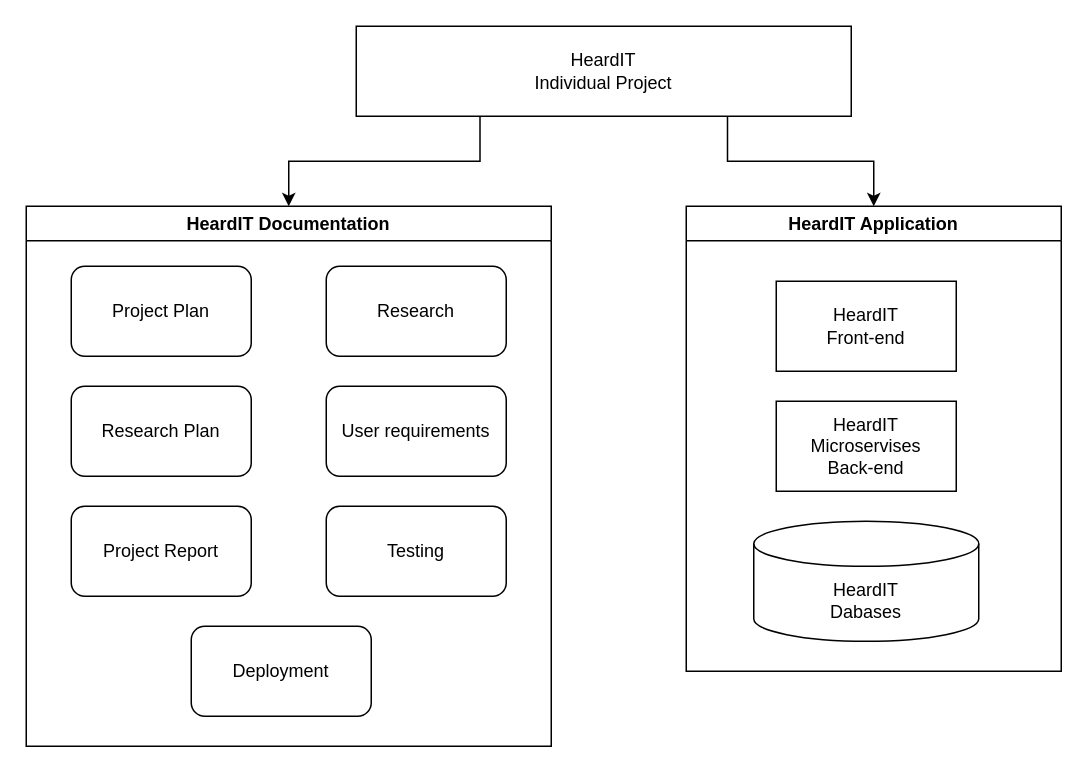
Jumorto/HeardIT keeps this draw.io diagram as Documentation/Diagrams/ProductsHeardIT(2).drawio. Above is the earlier version. Source tidied: cells renumbered, new cells numbered last; positions are measured from the earlier drawing's top-left corner, leaving out a move shared by most shapes. Both pictures are drawn from the tidied source at 150%, with x=0, y=0 at pixel (26, 26).
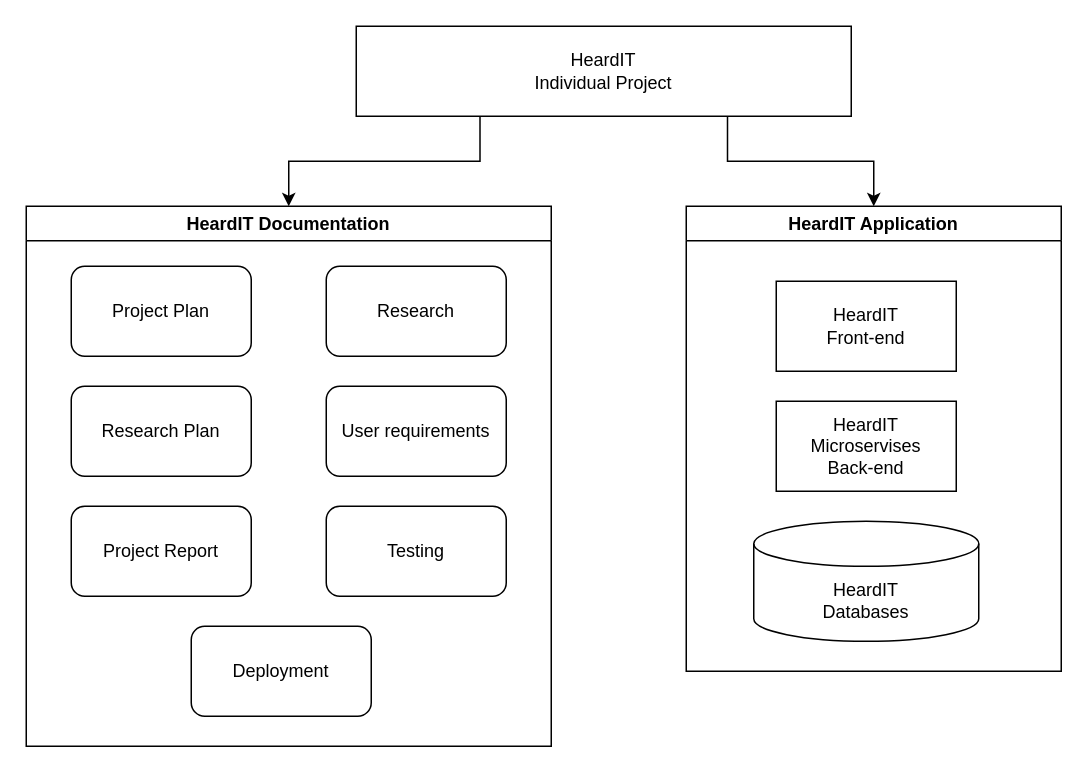
Above is the later version.

Change to the diagram source:
```diff
@@
 <mxGraphModel>
   <root>
     <mxCell id="0" />
     <mxCell id="1" parent="0" />
     <mxCell id="2" style="edgeStyle=orthogonalEdgeStyle;rounded=0;jettySize=auto;html=1;exitX=0.25;exitY=1;exitDx=0;exitDy=0;entryX=0.5;entryY=0;entryDx=0;entryDy=0;" parent="1" edge="1" source="4" target="16">
       <mxGeometry relative="1" as="geometry" />
     </mxCell>
     <mxCell id="3" style="edgeStyle=orthogonalEdgeStyle;rounded=0;jettySize=auto;html=1;exitX=0.75;exitY=1;exitDx=0;exitDy=0;entryX=0.5;entryY=0;entryDx=0;entryDy=0;" parent="1" edge="1" source="4" target="15">
       <mxGeometry relative="1" as="geometry" />
     </mxCell>
     <mxCell id="4" value="&lt;div&gt;HeardIT&lt;/div&gt;&lt;div&gt;Individual Project&lt;br&gt;&lt;/div&gt;" style="rounded=0;whiteSpace=wrap;html=1;" parent="1" vertex="1">
       <mxGeometry x="220" width="330" height="60" as="geometry" />
     </mxCell>
     <mxCell id="5" value="&lt;div&gt;Project Plan&lt;/div&gt;" style="rounded=1;whiteSpace=wrap;html=1;" parent="1" vertex="1">
       <mxGeometry x="30" y="160" width="120" height="60" as="geometry" />
     </mxCell>
     <mxCell id="6" value="Research Plan" style="rounded=1;whiteSpace=wrap;html=1;" parent="1" vertex="1">
       <mxGeometry x="30" y="240" width="120" height="60" as="geometry" />
     </mxCell>
     <mxCell id="7" value="Project Report" style="rounded=1;whiteSpace=wrap;html=1;" parent="1" vertex="1">
       <mxGeometry x="30" y="320" width="120" height="60" as="geometry" />
     </mxCell>
     <mxCell id="8" value="Testing" style="rounded=1;whiteSpace=wrap;html=1;" parent="1" vertex="1">
       <mxGeometry x="200" y="320" width="120" height="60" as="geometry" />
     </mxCell>
     <mxCell id="9" value="User requirements" style="rounded=1;whiteSpace=wrap;html=1;" parent="1" vertex="1">
       <mxGeometry x="200" y="240" width="120" height="60" as="geometry" />
     </mxCell>
     <mxCell id="10" value="Research" style="rounded=1;whiteSpace=wrap;html=1;" parent="1" vertex="1">
       <mxGeometry x="200" y="160" width="120" height="60" as="geometry" />
     </mxCell>
     <mxCell id="11" value="&lt;div&gt;HeardIT&lt;/div&gt;&lt;div&gt;Front-end&lt;br&gt;&lt;/div&gt;" style="rounded=0;whiteSpace=wrap;html=1;" parent="1" vertex="1">
       <mxGeometry x="500" y="170" width="120" height="60" as="geometry" />
     </mxCell>
     <mxCell id="12" value="&lt;div&gt;HeardIT&lt;/div&gt;&lt;div&gt;Microservises&lt;br&gt;&lt;/div&gt;&lt;div&gt;Back-end&lt;br&gt;&lt;/div&gt;" style="rounded=0;whiteSpace=wrap;html=1;" parent="1" vertex="1">
       <mxGeometry x="500" y="250" width="120" height="60" as="geometry" />
     </mxCell>
     <mxCell id="13" value="Deployment" style="rounded=1;whiteSpace=wrap;html=1;" parent="1" vertex="1">
       <mxGeometry x="110" y="400" width="120" height="60" as="geometry" />
     </mxCell>
-    <mxCell id="14" value="&lt;div&gt;HeardIT&lt;/div&gt;&lt;div&gt;Dabases&lt;br&gt;&lt;/div&gt;" style="shape=cylinder3;whiteSpace=wrap;html=1;boundedLbl=1;backgroundOutline=1;size=15;" parent="1" vertex="1">
+    <mxCell id="14" value="&lt;div&gt;HeardIT&lt;/div&gt;&lt;div&gt;Databases&lt;br&gt;&lt;/div&gt;" style="shape=cylinder3;whiteSpace=wrap;html=1;boundedLbl=1;backgroundOutline=1;size=15;" parent="1" vertex="1">
       <mxGeometry x="485" y="330" width="150" height="80" as="geometry" />
     </mxCell>
     <mxCell id="15" value="HeardIT Application" style="swimlane;whiteSpace=wrap;html=1;" parent="1" vertex="1">
       <mxGeometry x="440" y="120" width="250" height="310" as="geometry" />
     </mxCell>
     <mxCell id="16" value="HeardIT Documentation" style="swimlane;whiteSpace=wrap;html=1;" parent="1" vertex="1">
       <mxGeometry y="120" width="350" height="360" as="geometry" />
     </mxCell>
   </root>
 </mxGraphModel>
```
